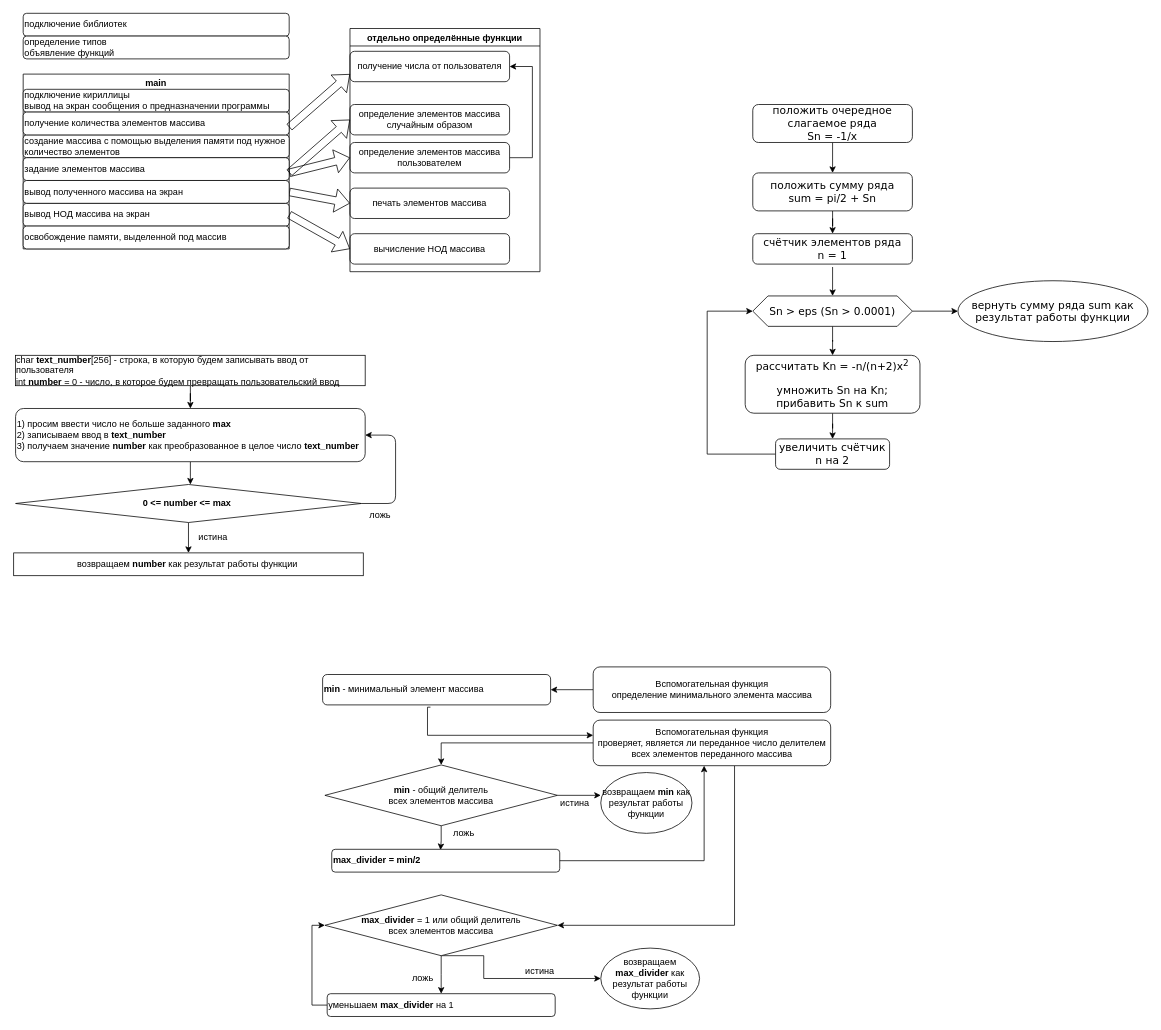
The draw.io diagram Untitled Diagram.drawio in anastasiya-molchkova/NOD_for_Array, before the edit. Source tidied: cells renumbered, new cells numbered last; positions are measured from the earlier drawing's top-left corner, leaving out a move shared by most shapes. Both pictures are drawn from the tidied source at 76%, with x=0, y=0 at pixel (14, 13).
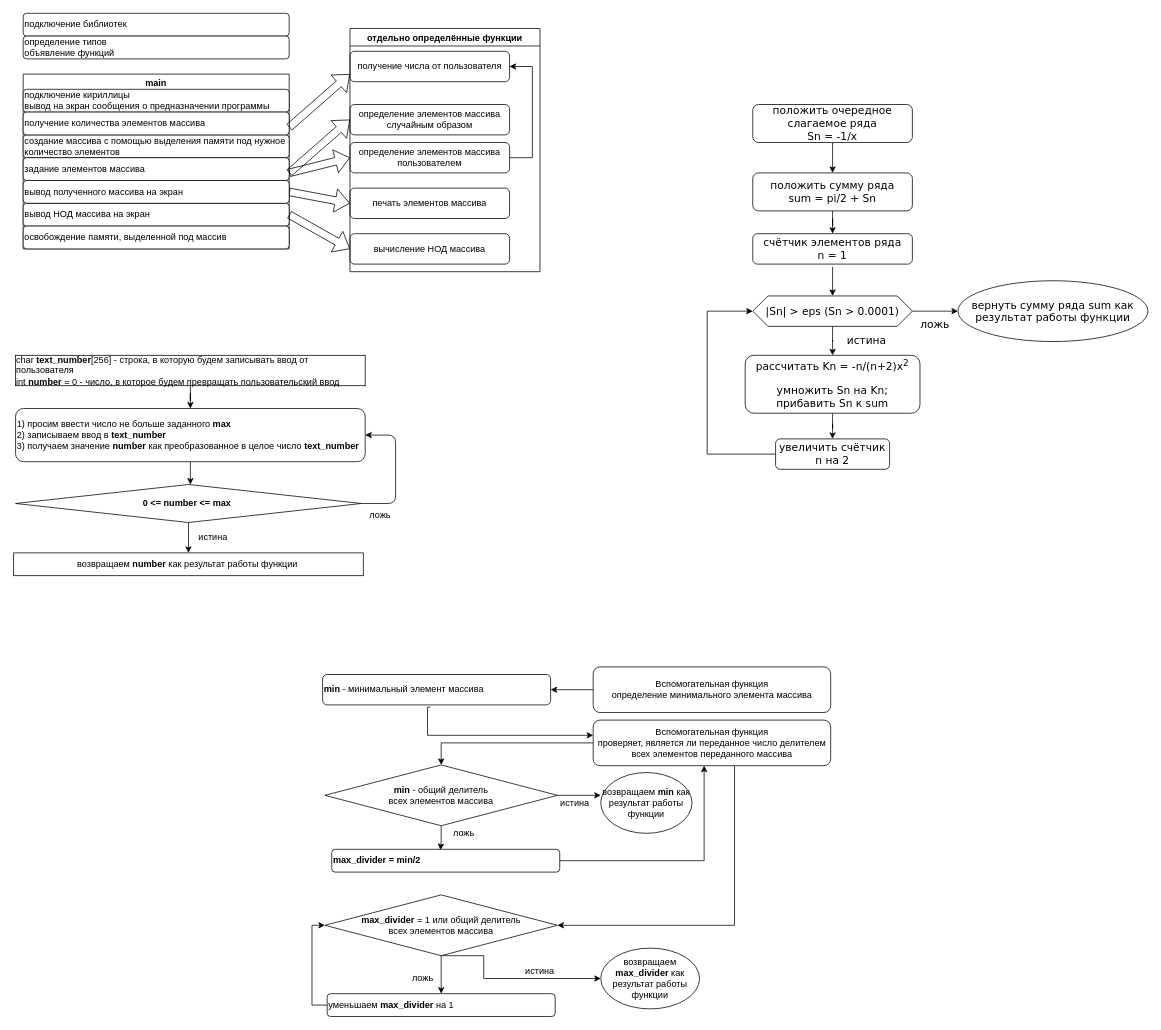
Above is the later version.

The edit, as a diff of the source:
```diff
@@
-<mxGraphModel>
+<mxGraphModel background="#FFFFFF">
@@
-    <mxCell id="67" value="&lt;font face=&quot;Verdana&quot; style=&quot;font-size: 14px&quot;&gt;Sn &amp;gt; eps (Sn &amp;gt; 0.0001)&lt;/font&gt;" style="shape=hexagon;perimeter=hexagonPerimeter2;whiteSpace=wrap;html=1;fixedSize=1;" parent="1" vertex="1">
+    <mxCell id="67" value="&lt;font face=&quot;Verdana&quot; style=&quot;font-size: 14px&quot;&gt;|Sn| &amp;gt; eps (Sn &amp;gt; 0.0001)&lt;/font&gt;" style="shape=hexagon;perimeter=hexagonPerimeter2;whiteSpace=wrap;html=1;fixedSize=1;size=20;" parent="1" vertex="1">
       <mxGeometry x="972" y="371.9" width="210" height="40" as="geometry" />
     </mxCell>
@@
+    <mxCell id="71" value="&lt;font face=&quot;Verdana&quot; style=&quot;font-size: 14px&quot;&gt;истина&lt;/font&gt;" style="text;html=1;strokeColor=none;fillColor=none;align=center;verticalAlign=middle;whiteSpace=wrap;rounded=0;" parent="1" vertex="1">
+      <mxGeometry x="1082" y="420" width="80" height="20" as="geometry" />
+    </mxCell>
+    <mxCell id="72" value="&lt;font face=&quot;Verdana&quot;&gt;&lt;span style=&quot;font-size: 14px&quot;&gt;ложь&lt;/span&gt;&lt;/font&gt;" style="text;html=1;strokeColor=none;fillColor=none;align=center;verticalAlign=middle;whiteSpace=wrap;rounded=0;" parent="1" vertex="1">
+      <mxGeometry x="1172" y="400" width="80" height="20" as="geometry" />
+    </mxCell>
```
